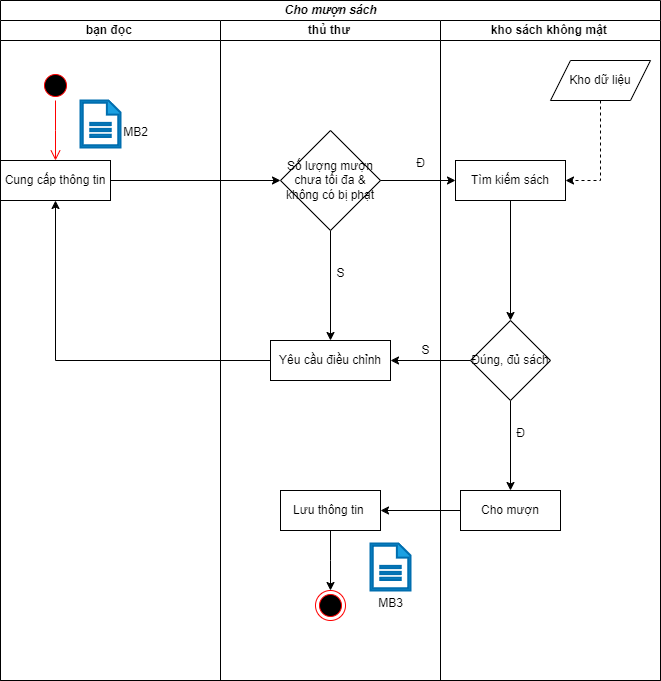
Before: bài tap lớn/Biểu đồ hoạt động-Cho mượn sách.drawio.png, a diagram exported from draw.io (vqh17062001/PTTKHT). Source tidied: cells renumbered, new cells last; positions are measured from the earlier drawing's top-left corner, leaving out a move shared by most shapes.
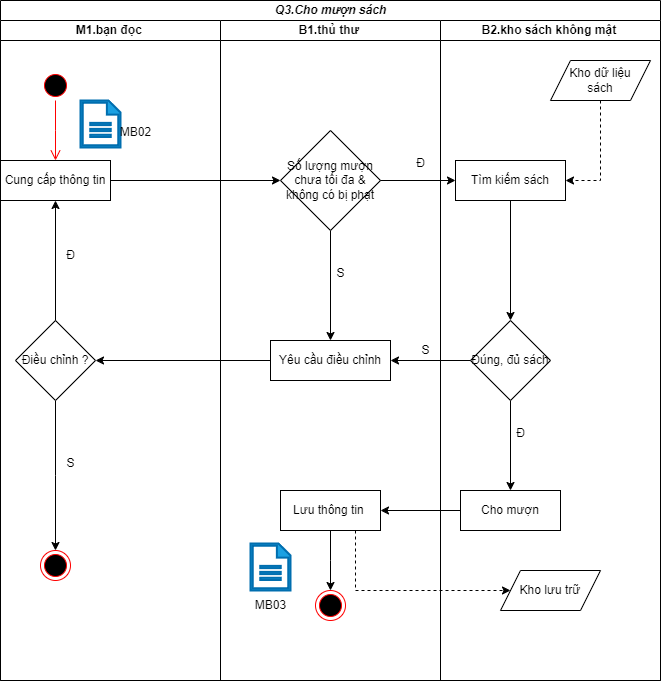
Later version of the same file.

What changed in the source:
```diff
@@ -2,10 +2,10 @@
   <root>
     <mxCell id="0" />
     <mxCell id="1" parent="0" />
-    <mxCell id="2" value="&lt;b&gt;&lt;i&gt;Cho mượn sách&lt;/i&gt;&lt;/b&gt;" style="swimlane;startSize=20;html=1;" parent="1" vertex="1">
+    <mxCell id="2" value="&lt;b&gt;&lt;i&gt;Q3.Cho mượn sách&lt;/i&gt;&lt;/b&gt;" style="swimlane;startSize=20;html=1;" parent="1" vertex="1">
       <mxGeometry width="660" height="680" as="geometry" />
     </mxCell>
-    <mxCell id="3" value="&lt;b&gt;bạn đọc&amp;nbsp;&lt;/b&gt;" style="swimlane;startSize=20;html=1;" parent="2" vertex="1">
+    <mxCell id="3" value="&lt;b&gt;M1.bạn đọc&amp;nbsp;&lt;/b&gt;" style="swimlane;startSize=20;html=1;" parent="2" vertex="1">
       <mxGeometry y="20" width="220" height="660" as="geometry" />
     </mxCell>
     <mxCell id="4" value="Cung cấp thông tin" style="rounded=0;whiteSpace=wrap;html=1;" parent="3" vertex="1">
@@ -14,10 +14,27 @@
     <mxCell id="5" style="sketch=0;shadow=0;html=1;strokeColor=#006EAF;fillColor=#1ba1e2;labelPosition=center;verticalLabelPosition=bottom;verticalAlign=top;align=center;shape=mxgraph.office.concepts.document;fontColor=#ffffff;strokeWidth=2;" parent="3" vertex="1">
       <mxGeometry x="80" y="80" width="40" height="47" as="geometry" />
     </mxCell>
-    <mxCell id="6" value="MB2" style="text;html=1;align=center;verticalAlign=middle;strokeColor=none;fillColor=none;" parent="3" vertex="1">
+    <mxCell id="6" value="MB02" style="text;html=1;align=center;verticalAlign=middle;strokeColor=none;fillColor=none;" parent="3" vertex="1">
       <mxGeometry x="110" y="97" width="50" height="30" as="geometry" />
     </mxCell>
+    <mxCell id="35" style="edgeStyle=orthogonalEdgeStyle;rounded=0;jettySize=auto;html=1;" parent="3" edge="1" source="36">
+      <mxGeometry relative="1" as="geometry">
+        <mxPoint x="55" y="530" as="targetPoint" />
+      </mxGeometry>
+    </mxCell>
+    <mxCell id="36" value="Điều chỉnh ?" style="rhombus;whiteSpace=wrap;html=1;" parent="3" vertex="1">
+      <mxGeometry x="15" y="300" width="80" height="80" as="geometry" />
+    </mxCell>
+    <mxCell id="37" style="edgeStyle=orthogonalEdgeStyle;rounded=0;jettySize=auto;html=1;entryX=0.5;entryY=1;entryDx=0;entryDy=0;" parent="3" edge="1" source="36" target="4">
+      <mxGeometry relative="1" as="geometry" />
+    </mxCell>
+    <mxCell id="38" value="Đ" style="text;html=1;align=center;verticalAlign=middle;strokeColor=none;fillColor=none;" parent="3" vertex="1">
+      <mxGeometry x="55" y="220" width="30" height="30" as="geometry" />
+    </mxCell>
+    <mxCell id="39" style="ellipse;html=1;shape=endState;fillColor=#000000;strokeColor=#ff0000;" parent="3" vertex="1">
+      <mxGeometry x="40" y="530" width="30" height="30" as="geometry" />
+    </mxCell>
-    <mxCell id="7" value="&lt;b&gt;thủ thư&amp;nbsp;&lt;/b&gt;" style="swimlane;startSize=20;html=1;" parent="2" vertex="1">
+    <mxCell id="7" value="&lt;b&gt;B1.thủ thư&amp;nbsp;&lt;/b&gt;" style="swimlane;startSize=20;html=1;" parent="2" vertex="1">
       <mxGeometry x="220" y="20" width="220" height="660" as="geometry" />
     </mxCell>
     <mxCell id="8" style="edgeStyle=orthogonalEdgeStyle;rounded=0;jettySize=auto;html=1;entryX=0.5;entryY=0;entryDx=0;entryDy=0;" parent="7" edge="1" source="9" target="10">
@@ -44,9 +61,12 @@
       <mxGeometry x="190" y="315" width="30" height="30" as="geometry" />
     </mxCell>
     <mxCell id="15" style="sketch=0;shadow=0;html=1;strokeColor=#006EAF;fillColor=#1ba1e2;labelPosition=center;verticalLabelPosition=bottom;verticalAlign=top;align=center;shape=mxgraph.office.concepts.document;fontColor=#ffffff;strokeWidth=2;" parent="7" vertex="1">
-      <mxGeometry x="150" y="523" width="40" height="47" as="geometry" />
+      <mxGeometry x="30" y="523" width="40" height="47" as="geometry" />
     </mxCell>
+    <mxCell id="34" value="MB03" style="text;html=1;align=center;verticalAlign=middle;strokeColor=none;fillColor=none;" parent="7" vertex="1">
+      <mxGeometry x="25" y="570" width="50" height="30" as="geometry" />
+    </mxCell>
-    <mxCell id="16" value="&lt;b&gt;kho sách không mật&amp;nbsp;&lt;/b&gt;" style="swimlane;startSize=20;html=1;" parent="2" vertex="1">
+    <mxCell id="16" value="&lt;b&gt;B2.kho sách không mật&amp;nbsp;&lt;/b&gt;" style="swimlane;startSize=20;html=1;" parent="2" vertex="1">
       <mxGeometry x="440" y="20" width="220" height="660" as="geometry" />
     </mxCell>
     <mxCell id="17" style="edgeStyle=orthogonalEdgeStyle;rounded=0;jettySize=auto;html=1;entryX=0.5;entryY=0;entryDx=0;entryDy=0;" parent="16" edge="1" source="18" target="20">
@@ -67,9 +87,12 @@
     <mxCell id="22" style="edgeStyle=orthogonalEdgeStyle;rounded=0;jettySize=auto;html=1;entryX=1;entryY=0.5;entryDx=0;entryDy=0;dashed=1;" parent="16" edge="1" source="23" target="18">
       <mxGeometry relative="1" as="geometry" />
     </mxCell>
-    <mxCell id="23" value="Kho dữ liệu" style="shape=parallelogram;perimeter=parallelogramPerimeter;whiteSpace=wrap;html=1;fixedSize=1;" parent="16" vertex="1">
+    <mxCell id="23" value="Kho dữ liệu &lt;br&gt;sách" style="shape=parallelogram;perimeter=parallelogramPerimeter;whiteSpace=wrap;html=1;fixedSize=1;" parent="16" vertex="1">
       <mxGeometry x="110" y="40" width="100" height="40" as="geometry" />
     </mxCell>
+    <mxCell id="40" value="Kho lưu trữ" style="shape=parallelogram;perimeter=parallelogramPerimeter;whiteSpace=wrap;html=1;fixedSize=1;" parent="16" vertex="1">
+      <mxGeometry x="60" y="550" width="100" height="40" as="geometry" />
+    </mxCell>
     <mxCell id="24" style="edgeStyle=orthogonalEdgeStyle;rounded=0;jettySize=auto;html=1;entryX=0;entryY=0.5;entryDx=0;entryDy=0;" parent="2" edge="1" source="4" target="9">
       <mxGeometry relative="1" as="geometry" />
     </mxCell>
@@ -82,9 +105,16 @@
     <mxCell id="27" style="edgeStyle=orthogonalEdgeStyle;rounded=0;jettySize=auto;html=1;entryX=1;entryY=0.5;entryDx=0;entryDy=0;" parent="2" edge="1" source="20" target="10">
       <mxGeometry relative="1" as="geometry" />
     </mxCell>
-    <mxCell id="28" style="edgeStyle=orthogonalEdgeStyle;rounded=0;jettySize=auto;html=1;entryX=0.5;entryY=1;entryDx=0;entryDy=0;" parent="2" edge="1" source="10" target="4">
+    <mxCell id="28" style="edgeStyle=orthogonalEdgeStyle;rounded=0;jettySize=auto;html=1;entryX=1;entryY=0.5;entryDx=0;entryDy=0;" parent="2" edge="1" source="10" target="36">
       <mxGeometry relative="1" as="geometry" />
     </mxCell>
+    <mxCell id="41" style="edgeStyle=orthogonalEdgeStyle;rounded=0;jettySize=auto;html=1;exitX=0.75;exitY=1;exitDx=0;exitDy=0;entryX=0;entryY=0.5;entryDx=0;entryDy=0;dashed=1;" parent="2" edge="1" source="12" target="40">
+      <mxGeometry relative="1" as="geometry">
+        <Array as="points">
+          <mxPoint x="355" y="590" />
+        </Array>
+      </mxGeometry>
+    </mxCell>
     <mxCell id="29" style="ellipse;html=1;shape=startState;fillColor=#000000;strokeColor=#ff0000;" parent="1" vertex="1">
       <mxGeometry x="40" y="70" width="30" height="30" as="geometry" />
     </mxCell>
@@ -102,8 +132,8 @@
     <mxCell id="33" value="Đ" style="text;html=1;align=center;verticalAlign=middle;strokeColor=none;fillColor=none;" parent="1" vertex="1">
       <mxGeometry x="505" y="418" width="30" height="30" as="geometry" />
     </mxCell>
-    <mxCell id="34" value="MB3" style="text;html=1;align=center;verticalAlign=middle;strokeColor=none;fillColor=none;" parent="1" vertex="1">
-      <mxGeometry x="365" y="588" width="50" height="30" as="geometry" />
-    </mxCell>
+    <mxCell id="42" value="S" style="text;html=1;align=center;verticalAlign=middle;strokeColor=none;fillColor=none;" parent="1" vertex="1">
+      <mxGeometry x="55" y="448" width="30" height="30" as="geometry" />
+    </mxCell>
   </root>
 </mxGraphModel>
```
